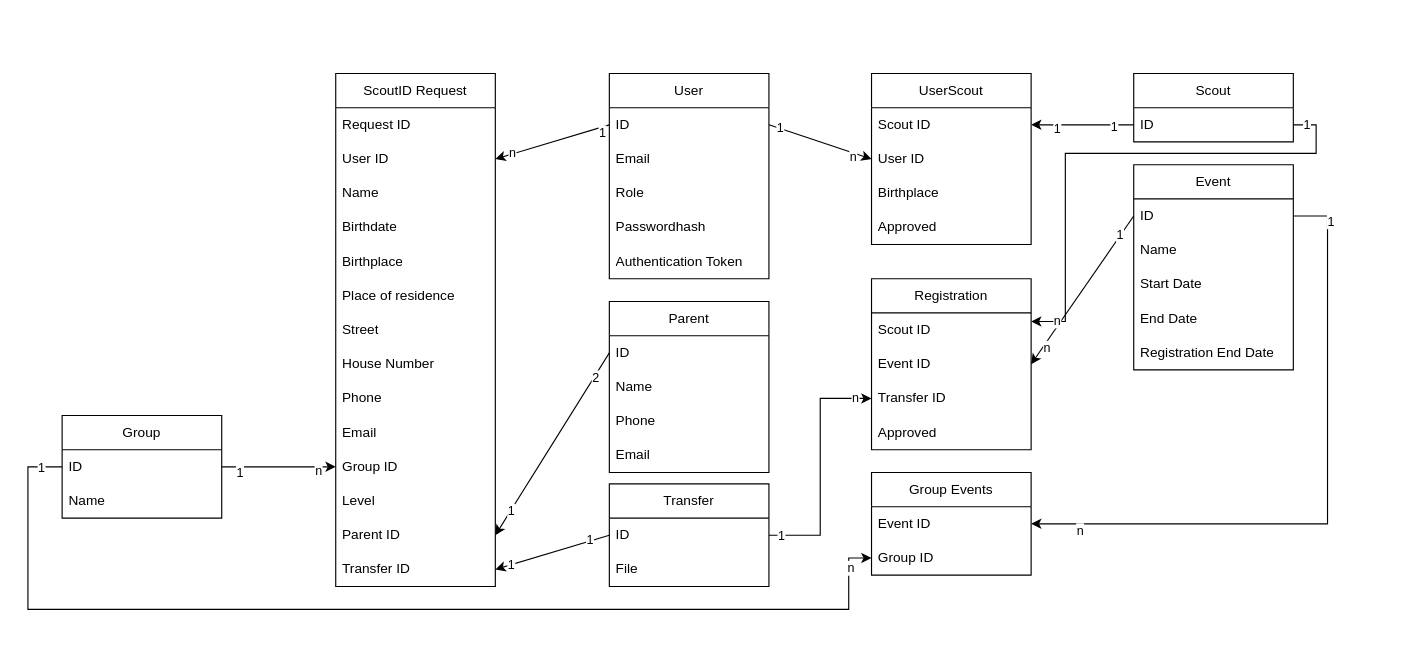
This is ScoutIDHolder.drawio from Sudtiroler-Pfadfinderschaft/ScoutIDHolder, a draw.io file, before an edit. Source tidied: cells renumbered, new cells numbered last; positions are measured from the earlier drawing's top-left corner, leaving out a move shared by most shapes. Both pictures are drawn from the tidied source at 114%, with x=0, y=0 at pixel (27, 73).
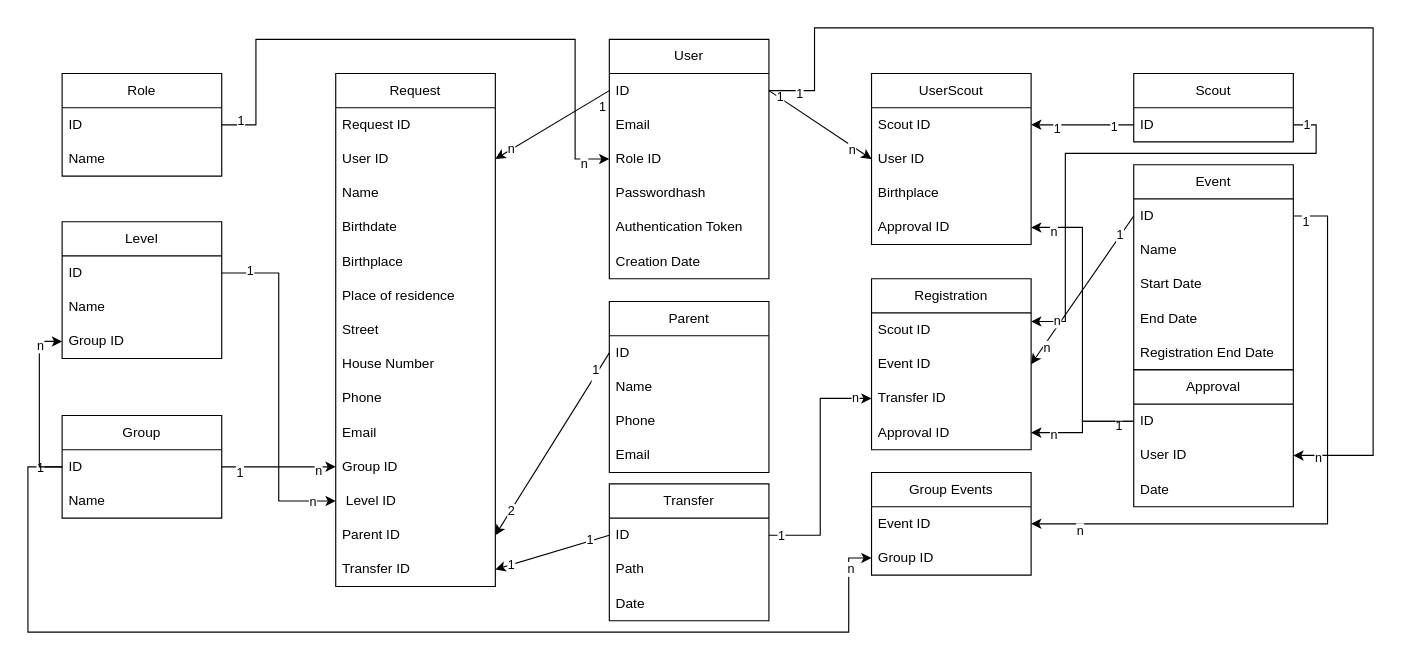
After the change.

Unchanged cells that the change refers to:
```xml
<mxCell id="3" value="ID" style="text;strokeColor=none;fillColor=none;align=left;verticalAlign=middle;spacingLeft=4;spacingRight=4;overflow=hidden;points=[[0,0.5],[1,0.5]];portConstraint=eastwest;whiteSpace=wrap;html=1;" parent="2" vertex="1">
  <mxGeometry y="30" width="140" height="30" as="geometry" />
</mxCell>
<mxCell id="8" value="UserScout" style="swimlane;fontStyle=0;horizontal=1;startSize=30;whiteSpace=wrap;html=1;" parent="1" vertex="1">
  <mxGeometry x="740" width="140" height="150" as="geometry" />
</mxCell>
<mxCell id="39" style="endArrow=none;html=1;rounded=0;exitX=1;exitY=0.5;exitDx=0;exitDy=0;entryX=0;entryY=0.5;entryDx=0;entryDy=0;startArrow=classic;startFill=1;endFill=0;" parent="1" edge="1" source="29" target="35">
  <mxGeometry relative="1" as="geometry" />
</mxCell>
<mxCell id="48" value="Registration" style="swimlane;fontStyle=0;horizontal=1;startSize=30;whiteSpace=wrap;html=1;" parent="1" vertex="1">
  <mxGeometry x="740" y="180" width="140" height="150" as="geometry" />
</mxCell>
<mxCell id="66" value="Group ID" style="text;strokeColor=none;fillColor=none;align=left;verticalAlign=middle;spacingLeft=4;spacingRight=4;overflow=hidden;points=[[0,0.5],[1,0.5]];portConstraint=eastwest;whiteSpace=wrap;html=1;" parent="64" vertex="1">
  <mxGeometry y="60" width="140" height="30" as="geometry" />
</mxCell>
<mxCell id="68" value="ID" style="text;strokeColor=none;fillColor=none;align=left;verticalAlign=middle;spacingLeft=4;spacingRight=4;overflow=hidden;points=[[0,0.5],[1,0.5]];portConstraint=eastwest;whiteSpace=wrap;html=1;" parent="67" vertex="1">
  <mxGeometry y="30" width="140" height="30" as="geometry" />
</mxCell>
<mxCell id="76" style="edgeStyle=orthogonalEdgeStyle;rounded=0;jettySize=auto;html=1;entryX=1;entryY=0.5;entryDx=0;entryDy=0;" parent="1" edge="1" source="54" target="65">
  <mxGeometry relative="1" as="geometry">
    <Array as="points">
      <mxPoint x="1140" y="125" />
      <mxPoint x="1140" y="395" />
    </Array>
  </mxGeometry>
</mxCell>
```

The edit, as a diff of the source:
```diff
@@
     <mxCell id="2" value="User" style="swimlane;fontStyle=0;horizontal=1;startSize=30;whiteSpace=wrap;html=1;" parent="1" vertex="1">
-      <mxGeometry x="510" width="140" height="180" as="geometry" />
+      <mxGeometry x="510" y="-30" width="140" height="210" as="geometry" />
     </mxCell>
@@
-    <mxCell id="5" value="Role" style="text;strokeColor=none;fillColor=none;align=left;verticalAlign=middle;spacingLeft=4;spacingRight=4;overflow=hidden;points=[[0,0.5],[1,0.5]];portConstraint=eastwest;whiteSpace=wrap;html=1;" parent="2" vertex="1">
+    <mxCell id="5" value="Role ID" style="text;strokeColor=none;fillColor=none;align=left;verticalAlign=middle;spacingLeft=4;spacingRight=4;overflow=hidden;points=[[0,0.5],[1,0.5]];portConstraint=eastwest;whiteSpace=wrap;html=1;" parent="2" vertex="1">
       <mxGeometry y="90" width="140" height="30" as="geometry" />
     </mxCell>
@@
+    <mxCell id="88" value="Creation Date" style="text;strokeColor=none;fillColor=none;align=left;verticalAlign=middle;spacingLeft=4;spacingRight=4;overflow=hidden;whiteSpace=wrap;html=1;" parent="2" vertex="1">
+      <mxGeometry y="180" width="140" height="30" as="geometry" />
+    </mxCell>
@@
-    <mxCell id="12" value="Approved" style="text;strokeColor=none;fillColor=none;align=left;verticalAlign=middle;spacingLeft=4;spacingRight=4;overflow=hidden;points=[[0,0.5],[1,0.5]];portConstraint=eastwest;whiteSpace=wrap;html=1;" parent="8" vertex="1">
+    <mxCell id="12" value="Approval ID" style="text;strokeColor=none;fillColor=none;align=left;verticalAlign=middle;spacingLeft=4;spacingRight=4;overflow=hidden;points=[[0,0.5],[1,0.5]];portConstraint=eastwest;whiteSpace=wrap;html=1;" parent="8" vertex="1">
       <mxGeometry y="120" width="140" height="30" as="geometry" />
     </mxCell>
@@
-    <mxCell id="16" value="ScoutID Request" style="swimlane;fontStyle=0;horizontal=1;startSize=30;whiteSpace=wrap;html=1;" parent="1" vertex="1">
+    <mxCell id="16" value="Request" style="swimlane;fontStyle=0;horizontal=1;startSize=30;whiteSpace=wrap;html=1;" parent="1" vertex="1">
       <mxGeometry x="270" width="140" height="450" as="geometry" />
     </mxCell>
@@
-    <mxCell id="28" value="Level" style="text;strokeColor=none;fillColor=none;align=left;verticalAlign=middle;spacingLeft=4;spacingRight=4;overflow=hidden;points=[[0,0.5],[1,0.5]];portConstraint=eastwest;whiteSpace=wrap;html=1;" parent="16" vertex="1">
+    <mxCell id="28" value="&amp;nbsp;Level ID" style="text;strokeColor=none;fillColor=none;align=left;verticalAlign=middle;spacingLeft=4;spacingRight=4;overflow=hidden;points=[[0,0.5],[1,0.5]];portConstraint=eastwest;whiteSpace=wrap;html=1;" parent="16" vertex="1">
       <mxGeometry y="360" width="140" height="30" as="geometry" />
     </mxCell>
@@
-    <mxCell id="40" value="1" style="edgeLabel;html=1;align=center;verticalAlign=middle;" parent="39" vertex="1">
+    <mxCell id="40" value="2" style="edgeLabel;html=1;align=center;verticalAlign=middle;" parent="39" vertex="1">
       <mxGeometry x="-0.73" relative="1" as="geometry" />
     </mxCell>
-    <mxCell id="41" value="2" style="edgeLabel;html=1;align=center;verticalAlign=middle;" parent="39" vertex="1">
+    <mxCell id="41" value="1&lt;div&gt;&lt;br&gt;&lt;/div&gt;" style="edgeLabel;html=1;align=center;verticalAlign=middle;" parent="39" vertex="1">
       <mxGeometry x="0.74" y="-1" relative="1" as="geometry" />
     </mxCell>
     <mxCell id="42" value="Transfer" style="swimlane;fontStyle=0;horizontal=1;startSize=30;whiteSpace=wrap;html=1;" parent="1" vertex="1">
-      <mxGeometry x="510" y="360" width="140" height="90" as="geometry" />
+      <mxGeometry x="510" y="360" width="140" height="120" as="geometry" />
     </mxCell>
@@
-    <mxCell id="44" value="File" style="text;strokeColor=none;fillColor=none;align=left;verticalAlign=middle;spacingLeft=4;spacingRight=4;overflow=hidden;whiteSpace=wrap;html=1;" parent="42" vertex="1">
+    <mxCell id="44" value="Path" style="text;strokeColor=none;fillColor=none;align=left;verticalAlign=middle;spacingLeft=4;spacingRight=4;overflow=hidden;whiteSpace=wrap;html=1;" parent="42" vertex="1">
       <mxGeometry y="60" width="140" height="30" as="geometry" />
     </mxCell>
+    <mxCell id="89" value="Date" style="text;strokeColor=none;fillColor=none;align=left;verticalAlign=middle;spacingLeft=4;spacingRight=4;overflow=hidden;whiteSpace=wrap;html=1;" parent="42" vertex="1">
+      <mxGeometry y="90" width="140" height="30" as="geometry" />
+    </mxCell>
@@
-    <mxCell id="52" value="Approved" style="text;strokeColor=none;fillColor=none;align=left;verticalAlign=middle;spacingLeft=4;spacingRight=4;overflow=hidden;points=[[0,0.5],[1,0.5]];portConstraint=eastwest;whiteSpace=wrap;html=1;" parent="48" vertex="1">
+    <mxCell id="52" value="Approval ID" style="text;strokeColor=none;fillColor=none;align=left;verticalAlign=middle;spacingLeft=4;spacingRight=4;overflow=hidden;points=[[0,0.5],[1,0.5]];portConstraint=eastwest;whiteSpace=wrap;html=1;" parent="48" vertex="1">
       <mxGeometry y="120" width="140" height="30" as="geometry" />
     </mxCell>
@@
     <mxCell id="73" style="edgeStyle=orthogonalEdgeStyle;rounded=0;jettySize=auto;html=1;entryX=0;entryY=0.5;entryDx=0;entryDy=0;exitX=0;exitY=0.5;exitDx=0;exitDy=0;" parent="1" edge="1" source="68" target="66">
       <mxGeometry relative="1" as="geometry">
         <Array as="points">
           <mxPoint y="345" />
-          <mxPoint y="470" />
-          <mxPoint x="720" y="470" />
+          <mxPoint y="490" />
+          <mxPoint x="720" y="490" />
           <mxPoint x="720" y="425" />
         </Array>
       </mxGeometry>
     </mxCell>
@@
     <mxCell id="78" value="1" style="edgeLabel;html=1;align=center;verticalAlign=middle;" parent="76" vertex="1">
-      <mxGeometry x="-0.88" y="2" relative="1" as="geometry" />
+      <mxGeometry x="-0.88" y="2" relative="1" as="geometry">
+        <mxPoint x="-22" as="offset" />
+      </mxGeometry>
     </mxCell>
@@
+    <mxCell id="90" value="Level" style="swimlane;fontStyle=0;horizontal=1;startSize=30;whiteSpace=wrap;html=1;" parent="1" vertex="1">
+      <mxGeometry x="30" y="130" width="140" height="120" as="geometry" />
+    </mxCell>
+    <mxCell id="91" value="ID" style="text;strokeColor=none;fillColor=none;align=left;verticalAlign=middle;spacingLeft=4;spacingRight=4;overflow=hidden;points=[[0,0.5],[1,0.5]];portConstraint=eastwest;whiteSpace=wrap;html=1;" parent="90" vertex="1">
+      <mxGeometry y="30" width="140" height="30" as="geometry" />
+    </mxCell>
+    <mxCell id="92" value="Name" style="text;strokeColor=none;fillColor=none;align=left;verticalAlign=middle;spacingLeft=4;spacingRight=4;overflow=hidden;whiteSpace=wrap;html=1;" parent="90" vertex="1">
+      <mxGeometry y="60" width="140" height="30" as="geometry" />
+    </mxCell>
+    <mxCell id="93" value="Group ID" style="text;strokeColor=none;fillColor=none;align=left;verticalAlign=middle;spacingLeft=4;spacingRight=4;overflow=hidden;points=[[0,0.5],[1,0.5]];portConstraint=eastwest;whiteSpace=wrap;html=1;" parent="90" vertex="1">
+      <mxGeometry y="90" width="140" height="30" as="geometry" />
+    </mxCell>
+    <mxCell id="94" style="edgeStyle=orthogonalEdgeStyle;rounded=0;jettySize=auto;html=1;entryX=0;entryY=0.5;entryDx=0;entryDy=0;" parent="1" edge="1" source="68" target="93">
+      <mxGeometry relative="1" as="geometry" />
+    </mxCell>
+    <mxCell id="95" value="n" style="edgeLabel;html=1;align=center;verticalAlign=middle;" parent="94" vertex="1">
+      <mxGeometry x="0.69" relative="1" as="geometry" />
+    </mxCell>
+    <mxCell id="96" style="edgeStyle=orthogonalEdgeStyle;rounded=0;jettySize=auto;html=1;entryX=0;entryY=0.5;entryDx=0;entryDy=0;" parent="1" edge="1" source="91" target="28">
+      <mxGeometry relative="1" as="geometry" />
+    </mxCell>
+    <mxCell id="97" value="1" style="edgeLabel;html=1;align=center;verticalAlign=middle;" parent="96" vertex="1">
+      <mxGeometry x="-0.84" y="3" relative="1" as="geometry" />
+    </mxCell>
+    <mxCell id="98" value="n" style="edgeLabel;html=1;align=center;verticalAlign=middle;" parent="96" vertex="1">
+      <mxGeometry x="0.86" relative="1" as="geometry" />
+    </mxCell>
+    <mxCell id="99" style="edgeStyle=orthogonalEdgeStyle;rounded=0;jettySize=auto;html=1;entryX=0;entryY=0.5;entryDx=0;entryDy=0;exitX=1;exitY=0.5;exitDx=0;exitDy=0;" parent="1" edge="1" source="103" target="5">
+      <mxGeometry relative="1" as="geometry">
+        <Array as="points">
+          <mxPoint x="200" y="45" />
+          <mxPoint x="200" y="-30" />
+          <mxPoint x="480" y="-30" />
+          <mxPoint x="480" y="75" />
+        </Array>
+      </mxGeometry>
+    </mxCell>
+    <mxCell id="100" value="1" style="edgeLabel;html=1;align=center;verticalAlign=middle;" parent="99" vertex="1">
+      <mxGeometry x="-0.94" y="4" relative="1" as="geometry" />
+    </mxCell>
+    <mxCell id="101" value="n" style="edgeLabel;html=1;align=center;verticalAlign=middle;" parent="99" vertex="1">
+      <mxGeometry x="0.91" y="-3" relative="1" as="geometry" />
+    </mxCell>
+    <mxCell id="102" value="Role" style="swimlane;fontStyle=0;horizontal=1;startSize=30;whiteSpace=wrap;html=1;" parent="1" vertex="1">
+      <mxGeometry x="30" width="140" height="90" as="geometry" />
+    </mxCell>
+    <mxCell id="103" value="ID" style="text;strokeColor=none;fillColor=none;align=left;verticalAlign=middle;spacingLeft=4;spacingRight=4;overflow=hidden;points=[[0,0.5],[1,0.5]];portConstraint=eastwest;whiteSpace=wrap;html=1;" parent="102" vertex="1">
+      <mxGeometry y="30" width="140" height="30" as="geometry" />
+    </mxCell>
+    <mxCell id="104" value="Name" style="text;strokeColor=none;fillColor=none;align=left;verticalAlign=middle;spacingLeft=4;spacingRight=4;overflow=hidden;whiteSpace=wrap;html=1;" parent="102" vertex="1">
+      <mxGeometry y="60" width="140" height="30" as="geometry" />
+    </mxCell>
+    <mxCell id="105" value="Approval" style="swimlane;fontStyle=0;horizontal=1;startSize=30;whiteSpace=wrap;html=1;" parent="1" vertex="1">
+      <mxGeometry x="970" y="260" width="140" height="120" as="geometry" />
+    </mxCell>
+    <mxCell id="106" value="ID" style="text;strokeColor=none;fillColor=none;align=left;verticalAlign=middle;spacingLeft=4;spacingRight=4;overflow=hidden;points=[[0,0.5],[1,0.5]];portConstraint=eastwest;whiteSpace=wrap;html=1;" parent="105" vertex="1">
+      <mxGeometry y="30" width="140" height="30" as="geometry" />
+    </mxCell>
+    <mxCell id="107" value="User ID" style="text;strokeColor=none;fillColor=none;align=left;verticalAlign=middle;spacingLeft=4;spacingRight=4;overflow=hidden;points=[[0,0.5],[1,0.5]];portConstraint=eastwest;whiteSpace=wrap;html=1;" parent="105" vertex="1">
+      <mxGeometry y="60" width="140" height="30" as="geometry" />
+    </mxCell>
+    <mxCell id="108" value="Date" style="text;strokeColor=none;fillColor=none;align=left;verticalAlign=middle;spacingLeft=4;spacingRight=4;overflow=hidden;whiteSpace=wrap;html=1;" parent="105" vertex="1">
+      <mxGeometry y="90" width="140" height="30" as="geometry" />
+    </mxCell>
+    <mxCell id="109" style="edgeStyle=orthogonalEdgeStyle;rounded=0;jettySize=auto;html=1;entryX=1;entryY=0.5;entryDx=0;entryDy=0;" parent="1" edge="1" source="106" target="52">
+      <mxGeometry relative="1" as="geometry">
+        <Array as="points">
+          <mxPoint x="925" y="305" />
+          <mxPoint x="925" y="315" />
+        </Array>
+      </mxGeometry>
+    </mxCell>
+    <mxCell id="110" value="1" style="edgeLabel;html=1;align=center;verticalAlign=middle;" parent="109" vertex="1">
+      <mxGeometry x="-0.72" y="3" relative="1" as="geometry" />
+    </mxCell>
+    <mxCell id="111" value="n" style="edgeLabel;html=1;align=center;verticalAlign=middle;" parent="109" vertex="1">
+      <mxGeometry x="0.62" y="1" relative="1" as="geometry" />
+    </mxCell>
+    <mxCell id="112" style="edgeStyle=orthogonalEdgeStyle;rounded=0;jettySize=auto;html=1;entryX=1;entryY=0.5;entryDx=0;entryDy=0;" parent="1" edge="1" source="106" target="12">
+      <mxGeometry relative="1" as="geometry" />
+    </mxCell>
+    <mxCell id="113" value="n" style="edgeLabel;html=1;align=center;verticalAlign=middle;" parent="112" vertex="1">
+      <mxGeometry x="0.85" y="3" relative="1" as="geometry" />
+    </mxCell>
+    <mxCell id="114" style="edgeStyle=orthogonalEdgeStyle;rounded=0;jettySize=auto;html=1;entryX=1;entryY=0.5;entryDx=0;entryDy=0;" parent="1" edge="1" source="3" target="107">
+      <mxGeometry relative="1" as="geometry">
+        <Array as="points">
+          <mxPoint x="690" y="15" />
+          <mxPoint x="690" y="-40" />
+          <mxPoint x="1180" y="-40" />
+          <mxPoint x="1180" y="335" />
+        </Array>
+      </mxGeometry>
+    </mxCell>
+    <mxCell id="115" value="n" style="edgeLabel;html=1;align=center;verticalAlign=middle;" parent="114" vertex="1">
+      <mxGeometry x="0.96" y="1" relative="1" as="geometry" />
+    </mxCell>
+    <mxCell id="116" value="1" style="edgeLabel;html=1;align=center;verticalAlign=middle;" parent="114" vertex="1">
+      <mxGeometry x="-0.95" y="-2" relative="1" as="geometry" />
+    </mxCell>
```
